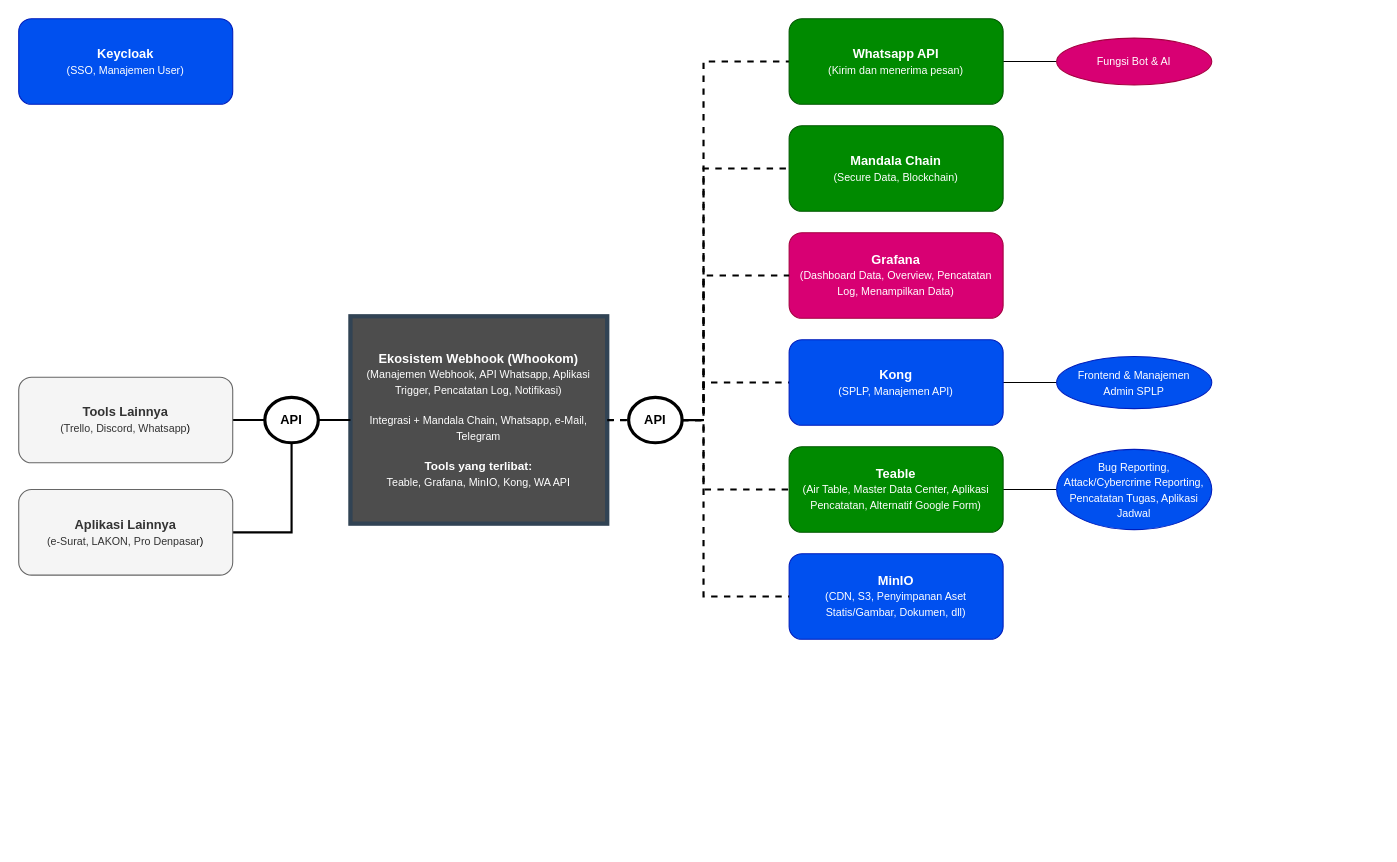
The draw.io diagram lain-lain/master_plan_tools.drawio in kominfo-denpasar/drawio, before the edit. Source tidied: cells renumbered, new cells numbered last; positions are measured from the earlier drawing's top-left corner, leaving out a move shared by most shapes. Both pictures are drawn from the tidied source at 107%, with x=0, y=0 at pixel (18, 18).
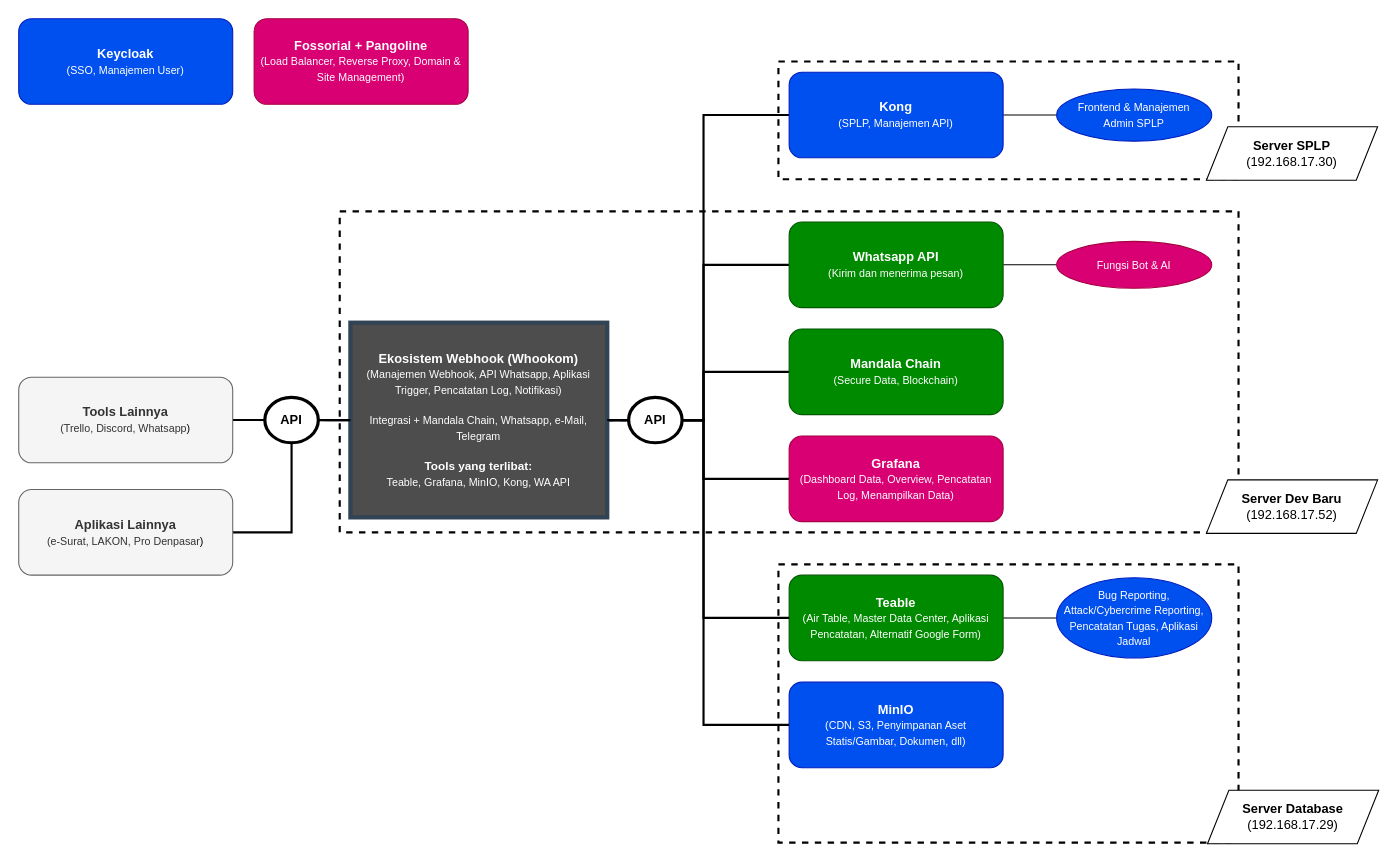
After the change.

Unchanged cells that the change refers to:
```xml
<mxCell id="27" value="API" style="ellipse;whiteSpace=wrap;html=1;strokeWidth=3;fontStyle=1;" parent="1" vertex="1">
  <mxGeometry x="570" y="353.8" width="50" height="42.5" as="geometry" />
</mxCell>
```

What changed in the source:
```diff
@@
+    <mxCell id="30" style="rounded=0;whiteSpace=wrap;html=1;fillColor=none;dashed=1;strokeWidth=2;" parent="1" vertex="1">
+      <mxGeometry x="300" y="180" width="840" height="300" as="geometry" />
+    </mxCell>
@@
     <mxCell id="3" value="&lt;b&gt;Teable&lt;/b&gt;&lt;div&gt;&lt;font style=&quot;font-size: 10px;&quot;&gt;(Air Table, Master Data Center, Aplikasi Pencatatan, Alternatif Google Form)&lt;/font&gt;&lt;/div&gt;" style="rounded=1;whiteSpace=wrap;html=1;fillColor=#008a00;fontColor=#ffffff;strokeColor=#005700;" parent="1" vertex="1">
-      <mxGeometry x="720" y="400" width="200" height="80" as="geometry" />
+      <mxGeometry x="720" y="520" width="200" height="80" as="geometry" />
     </mxCell>
     <mxCell id="4" value="&lt;b&gt;MinIO&lt;/b&gt;&lt;div&gt;&lt;font style=&quot;font-size: 10px;&quot;&gt;(CDN, S3, Penyimpanan Aset Statis/Gambar, Dokumen, dll)&lt;/font&gt;&lt;/div&gt;" style="rounded=1;whiteSpace=wrap;html=1;fillColor=#0050ef;fontColor=#ffffff;strokeColor=#001DBC;" parent="1" vertex="1">
-      <mxGeometry x="720" y="500" width="200" height="80" as="geometry" />
+      <mxGeometry x="720" y="620" width="200" height="80" as="geometry" />
     </mxCell>
@@
     <mxCell id="6" value="&lt;font style=&quot;color: rgb(255, 255, 255);&quot;&gt;&lt;b&gt;Grafana&lt;/b&gt;&lt;br&gt;&lt;/font&gt;&lt;div&gt;&lt;font style=&quot;color: rgb(255, 255, 255);&quot;&gt;&lt;font style=&quot;font-size: 10px;&quot;&gt;(Dashboard Data, Overview, Pencatatan Log, Menampilkan Data&lt;/font&gt;&lt;span style=&quot;font-size: 10px; background-color: transparent;&quot;&gt;)&lt;/span&gt;&lt;/font&gt;&lt;/div&gt;" style="rounded=1;whiteSpace=wrap;html=1;fillColor=#d80073;strokeColor=#A50040;fontColor=#ffffff;" parent="1" vertex="1">
-      <mxGeometry x="720" y="200" width="200" height="80" as="geometry" />
+      <mxGeometry x="720" y="390" width="200" height="80" as="geometry" />
     </mxCell>
-    <mxCell id="7" style="edgeStyle=orthogonalEdgeStyle;rounded=0;jettySize=auto;html=1;entryX=0;entryY=0.5;entryDx=0;entryDy=0;endArrow=none;startFill=0;dashed=1;strokeWidth=2;" parent="1" edge="1" source="14" target="16">
+    <mxCell id="7" style="edgeStyle=orthogonalEdgeStyle;rounded=0;jettySize=auto;html=1;entryX=0;entryY=0.5;entryDx=0;entryDy=0;endArrow=none;startFill=0;strokeWidth=2;" parent="1" edge="1" source="14" target="16">
       <mxGeometry relative="1" as="geometry">
         <Array as="points">
           <mxPoint x="640" y="375" />
-          <mxPoint x="640" y="340" />
+          <mxPoint x="640" y="90" />
         </Array>
       </mxGeometry>
     </mxCell>
-    <mxCell id="8" style="edgeStyle=orthogonalEdgeStyle;rounded=0;jettySize=auto;html=1;endArrow=none;startFill=0;strokeWidth=2;dashed=1;entryX=0;entryY=0.5;entryDx=0;entryDy=0;" parent="1" edge="1" source="14" target="3">
+    <mxCell id="8" style="edgeStyle=orthogonalEdgeStyle;rounded=0;jettySize=auto;html=1;endArrow=none;startFill=0;strokeWidth=2;entryX=0;entryY=0.5;entryDx=0;entryDy=0;" parent="1" edge="1" source="14" target="3">
       <mxGeometry relative="1" as="geometry">
         <Array as="points">
           <mxPoint x="640" y="375" />
-          <mxPoint x="640" y="440" />
+          <mxPoint x="640" y="560" />
         </Array>
       </mxGeometry>
     </mxCell>
@@
-    <mxCell id="11" style="edgeStyle=orthogonalEdgeStyle;rounded=0;jettySize=auto;html=1;entryX=0;entryY=0.5;entryDx=0;entryDy=0;endArrow=none;startFill=0;strokeWidth=2;dashed=1;" parent="1" edge="1" source="14" target="6">
+    <mxCell id="11" style="edgeStyle=orthogonalEdgeStyle;rounded=0;jettySize=auto;html=1;entryX=0;entryY=0.5;entryDx=0;entryDy=0;endArrow=none;startFill=0;strokeWidth=2;exitX=1;exitY=0.5;exitDx=0;exitDy=0;" parent="1" edge="1" source="27" target="6">
       <mxGeometry relative="1" as="geometry">
         <Array as="points">
           <mxPoint x="640" y="375" />
-          <mxPoint x="640" y="240" />
+          <mxPoint x="640" y="430" />
         </Array>
       </mxGeometry>
     </mxCell>
-    <mxCell id="12" style="edgeStyle=orthogonalEdgeStyle;rounded=0;jettySize=auto;html=1;entryX=0;entryY=0.5;entryDx=0;entryDy=0;strokeWidth=2;dashed=1;endArrow=none;startFill=0;" parent="1" edge="1" source="14" target="20">
+    <mxCell id="12" style="edgeStyle=orthogonalEdgeStyle;rounded=0;jettySize=auto;html=1;entryX=0;entryY=0.5;entryDx=0;entryDy=0;strokeWidth=2;endArrow=none;startFill=0;" parent="1" edge="1" source="14" target="20">
       <mxGeometry relative="1" as="geometry">
         <Array as="points">
           <mxPoint x="640" y="375" />
-          <mxPoint x="640" y="140" />
+          <mxPoint x="640" y="330" />
         </Array>
       </mxGeometry>
     </mxCell>
-    <mxCell id="13" style="edgeStyle=orthogonalEdgeStyle;rounded=0;jettySize=auto;html=1;entryX=0;entryY=0.5;entryDx=0;entryDy=0;endArrow=none;startFill=0;dashed=1;strokeWidth=2;" parent="1" edge="1" source="27" target="22">
+    <mxCell id="13" style="edgeStyle=orthogonalEdgeStyle;rounded=0;jettySize=auto;html=1;entryX=0;entryY=0.5;entryDx=0;entryDy=0;endArrow=none;startFill=0;strokeWidth=2;" parent="1" edge="1" source="27" target="22">
       <mxGeometry relative="1" as="geometry">
         <Array as="points">
-          <mxPoint x="640" y="40" />
+          <mxPoint x="640" y="375" />
+          <mxPoint x="640" y="230" />
         </Array>
       </mxGeometry>
     </mxCell>
     <mxCell id="14" value="&lt;b&gt;Ekosistem Webhook (Whookom)&lt;/b&gt;&lt;div&gt;&lt;font style=&quot;font-size: 10px;&quot;&gt;(Manajemen Webhook, API Whatsapp, Aplikasi Trigger, Pencatatan Log, Notifikasi)&lt;/font&gt;&lt;/div&gt;&lt;div&gt;&lt;font style=&quot;font-size: 10px;&quot;&gt;&lt;br&gt;&lt;/font&gt;&lt;/div&gt;&lt;div&gt;&lt;font style=&quot;font-size: 10px;&quot;&gt;Integrasi + Mandala Chain, Whatsapp, e-Mail, Telegram&lt;/font&gt;&lt;/div&gt;&lt;div&gt;&lt;br&gt;&lt;/div&gt;&lt;div&gt;&lt;b&gt;&lt;font style=&quot;font-size: 11px;&quot;&gt;Tools yang terlibat:&lt;/font&gt;&lt;/b&gt;&lt;/div&gt;&lt;div&gt;&lt;font style=&quot;font-size: 10px;&quot;&gt;Teable, Grafana, MinIO, Kong, WA API&lt;/font&gt;&lt;/div&gt;" style="rounded=0;whiteSpace=wrap;html=1;fillColor=#4D4D4D;strokeColor=#314354;fontColor=#ffffff;strokeWidth=4;" parent="1" vertex="1">
-      <mxGeometry x="310" y="278.1" width="240" height="193.8" as="geometry" />
+      <mxGeometry x="310" y="284.1" width="240" height="181.9" as="geometry" />
     </mxCell>
@@
     <mxCell id="16" value="&lt;font style=&quot;color: rgb(255, 255, 255);&quot;&gt;&lt;b&gt;Kong&lt;/b&gt;&lt;br&gt;&lt;/font&gt;&lt;div&gt;&lt;font style=&quot;color: rgb(255, 255, 255);&quot;&gt;&lt;font style=&quot;font-size: 10px;&quot;&gt;(SPLP, Manajemen API&lt;/font&gt;&lt;span style=&quot;font-size: 10px; background-color: transparent;&quot;&gt;)&lt;/span&gt;&lt;/font&gt;&lt;/div&gt;" style="rounded=1;whiteSpace=wrap;html=1;fillColor=#0050ef;strokeColor=#001DBC;fontColor=#ffffff;" parent="1" vertex="1">
-      <mxGeometry x="720" y="300" width="200" height="80" as="geometry" />
+      <mxGeometry x="720" y="50" width="200" height="80" as="geometry" />
     </mxCell>
@@
     <mxCell id="19" value="&lt;font style=&quot;font-size: 10px; color: rgb(255, 255, 255);&quot;&gt;Frontend &amp;amp; Manajemen Admin&amp;nbsp;&lt;span style=&quot;background-color: transparent;&quot;&gt;SPLP&lt;/span&gt;&lt;/font&gt;" style="ellipse;whiteSpace=wrap;html=1;fillColor=#0050ef;fontColor=#ffffff;strokeColor=#001DBC;" parent="1" vertex="1">
-      <mxGeometry x="970" y="315.6" width="145" height="48.8" as="geometry" />
+      <mxGeometry x="970" y="65.6" width="145" height="48.8" as="geometry" />
     </mxCell>
     <mxCell id="20" value="&lt;b&gt;Mandala Chain&lt;/b&gt;&lt;div&gt;&lt;font style=&quot;font-size: 10px;&quot;&gt;(Secure Data, Blockchain)&lt;/font&gt;&lt;/div&gt;" style="rounded=1;whiteSpace=wrap;html=1;fillColor=#008a00;fontColor=#ffffff;strokeColor=#005700;" parent="1" vertex="1">
-      <mxGeometry x="720" y="100" width="200" height="80" as="geometry" />
+      <mxGeometry x="720" y="290" width="200" height="80" as="geometry" />
     </mxCell>
@@
     <mxCell id="22" value="&lt;b&gt;Whatsapp API&lt;/b&gt;&lt;div&gt;&lt;font style=&quot;font-size: 10px;&quot;&gt;(Kirim dan menerima pesan)&lt;/font&gt;&lt;/div&gt;" style="rounded=1;whiteSpace=wrap;html=1;fillColor=#008a00;fontColor=#ffffff;strokeColor=#005700;" parent="1" vertex="1">
-      <mxGeometry x="720" width="200" height="80" as="geometry" />
+      <mxGeometry x="720" y="190" width="200" height="80" as="geometry" />
     </mxCell>
     <mxCell id="23" value="&lt;span style=&quot;font-size: 10px;&quot;&gt;Fungsi Bot &amp;amp; AI&lt;/span&gt;" style="ellipse;whiteSpace=wrap;html=1;fillColor=#d80073;fontColor=#ffffff;strokeColor=#A50040;" parent="1" vertex="1">
-      <mxGeometry x="970" y="18.1" width="145" height="43.8" as="geometry" />
+      <mxGeometry x="970" y="208.1" width="145" height="43.8" as="geometry" />
     </mxCell>
     <mxCell id="24" value="&lt;span style=&quot;font-size: 10px;&quot;&gt;Bug Reporting, Attack/Cybercrime Reporting, Pencatatan Tugas, Aplikasi Jadwal&lt;/span&gt;" style="ellipse;whiteSpace=wrap;html=1;fillColor=#0050ef;fontColor=#ffffff;strokeColor=#001DBC;" parent="1" vertex="1">
-      <mxGeometry x="970" y="402.5" width="145" height="75" as="geometry" />
+      <mxGeometry x="970" y="522.5" width="145" height="75" as="geometry" />
     </mxCell>
@@
-    <mxCell id="26" style="edgeStyle=orthogonalEdgeStyle;rounded=0;jettySize=auto;html=1;entryX=0;entryY=0.5;entryDx=0;entryDy=0;strokeWidth=2;dashed=1;endArrow=none;startFill=0;" parent="1" edge="1" source="27" target="4">
+    <mxCell id="26" style="edgeStyle=orthogonalEdgeStyle;rounded=0;jettySize=auto;html=1;entryX=0;entryY=0.5;entryDx=0;entryDy=0;strokeWidth=2;endArrow=none;startFill=0;" parent="1" edge="1" source="27" target="4">
       <mxGeometry relative="1" as="geometry">
         <Array as="points">
           <mxPoint x="640" y="375" />
-          <mxPoint x="640" y="540" />
+          <mxPoint x="640" y="660" />
         </Array>
       </mxGeometry>
     </mxCell>
@@
+    <mxCell id="31" style="rounded=0;whiteSpace=wrap;html=1;fillColor=none;dashed=1;strokeWidth=2;glass=0;" parent="1" vertex="1">
+      <mxGeometry x="710" y="510" width="430" height="260" as="geometry" />
+    </mxCell>
+    <mxCell id="32" style="rounded=0;whiteSpace=wrap;html=1;fillColor=none;dashed=1;strokeWidth=2;" parent="1" vertex="1">
+      <mxGeometry x="710" y="40" width="430" height="110" as="geometry" />
+    </mxCell>
+    <mxCell id="33" value="&lt;b&gt;Server Dev Baru&lt;/b&gt;&lt;div&gt;(192.168.17.52)&lt;/div&gt;" style="shape=parallelogram;perimeter=parallelogramPerimeter;whiteSpace=wrap;html=1;fixedSize=1;" parent="1" vertex="1">
+      <mxGeometry x="1110" y="431" width="160" height="50" as="geometry" />
+    </mxCell>
+    <mxCell id="34" value="&lt;b&gt;Server SPLP&lt;/b&gt;&lt;div&gt;(192.168.17.30)&lt;/div&gt;" style="shape=parallelogram;perimeter=parallelogramPerimeter;whiteSpace=wrap;html=1;fixedSize=1;" parent="1" vertex="1">
+      <mxGeometry x="1110" y="101" width="160" height="50" as="geometry" />
+    </mxCell>
+    <mxCell id="35" value="&lt;b&gt;Server Database&lt;/b&gt;&lt;div&gt;(192.168.17.29)&lt;/div&gt;" style="shape=parallelogram;perimeter=parallelogramPerimeter;whiteSpace=wrap;html=1;fixedSize=1;" parent="1" vertex="1">
+      <mxGeometry x="1111" y="721" width="160" height="50" as="geometry" />
+    </mxCell>
+    <mxCell id="36" value="&lt;font style=&quot;color: rgb(255, 255, 255);&quot;&gt;&lt;b&gt;Fossorial + Pangoline&lt;/b&gt;&lt;br&gt;&lt;/font&gt;&lt;div&gt;&lt;font style=&quot;color: rgb(255, 255, 255);&quot;&gt;&lt;font style=&quot;font-size: 10px;&quot;&gt;(Load Balancer, Reverse Proxy, Domain &amp;amp; Site Management&lt;/font&gt;&lt;span style=&quot;font-size: 10px; background-color: transparent;&quot;&gt;)&lt;/span&gt;&lt;/font&gt;&lt;/div&gt;" style="rounded=1;whiteSpace=wrap;html=1;fillColor=#d80073;fontColor=#ffffff;strokeColor=#A50040;" parent="1" vertex="1">
+      <mxGeometry x="220" width="200" height="80" as="geometry" />
+    </mxCell>
```
